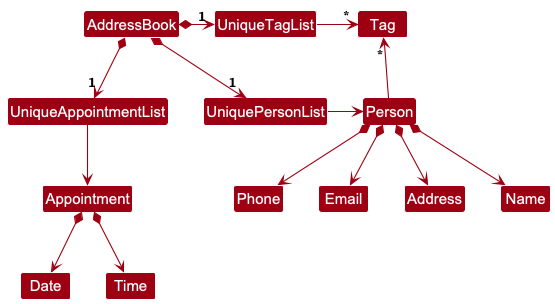
This is docs/images/BetterModelClassDiagram.png from nus-cs2103-AY2425S1/tp, a PlantUML export, as it was before one commit.
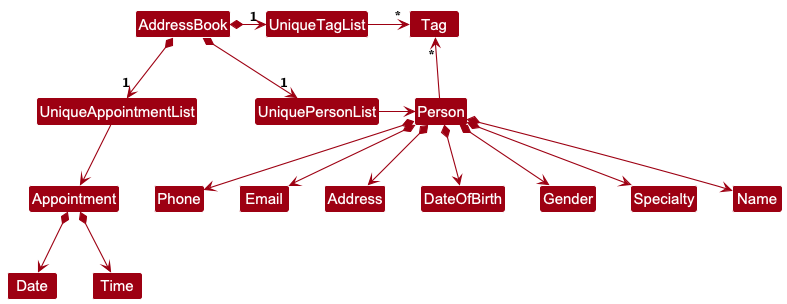
The same file after the commit.

Commit message:
Update alternative Model class diagram

What changed in the source:
```diff
@@ -23,4 +23,7 @@
 Person *--> Phone
 Person *--> Email
 Person *--> Address
+Person *--> DateOfBirth
+Person *--> Gender
+Person *--> Specialty
 @enduml
```
